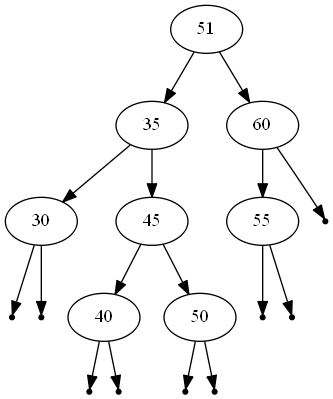
KennyBlanckaert/C-Playground keeps this Graphviz diagram as 02-splay_tree/splay_tree.png. Above is the earlier version. Its source is kept beside it as 02-splay_tree/splay_tree.dot.
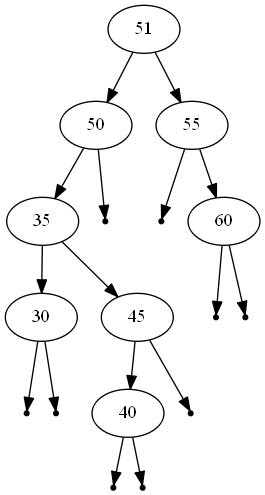
Later version of the same file.

Commit message:
changed move_to_root heuristic to correct splay-operation

What changed in the source:
```diff
@@ -1,5 +1,6 @@
 digraph {
 "51"[label="51"];
+"50"[label="50"];
 "35"[label="35"];
 "30"[label="30"];
 null1 [shape=point];
@@ -12,24 +13,23 @@
 null4 [shape=point];
 "40" -> null3;
 "40" -> null4;
-"50"[label="50"];
 null5 [shape=point];
-null6 [shape=point];
-"50" -> null5;
-"50" -> null6;
 "45" -> "40";
-"45" -> "50";
+"45" -> null5;
 "35" -> "30";
 "35" -> "45";
-"60"[label="60"];
+null6 [shape=point];
+"50" -> "35";
+"50" -> null6;
 "55"[label="55"];
 null7 [shape=point];
+"60"[label="60"];
 null8 [shape=point];
+null9 [shape=point];
+"60" -> null8;
+"60" -> null9;
 "55" -> null7;
-"55" -> null8;
-null9 [shape=point];
-"60" -> "55";
-"60" -> null9;
-"51" -> "35";
-"51" -> "60";
+"55" -> "60";
+"51" -> "50";
+"51" -> "55";
 }
```
